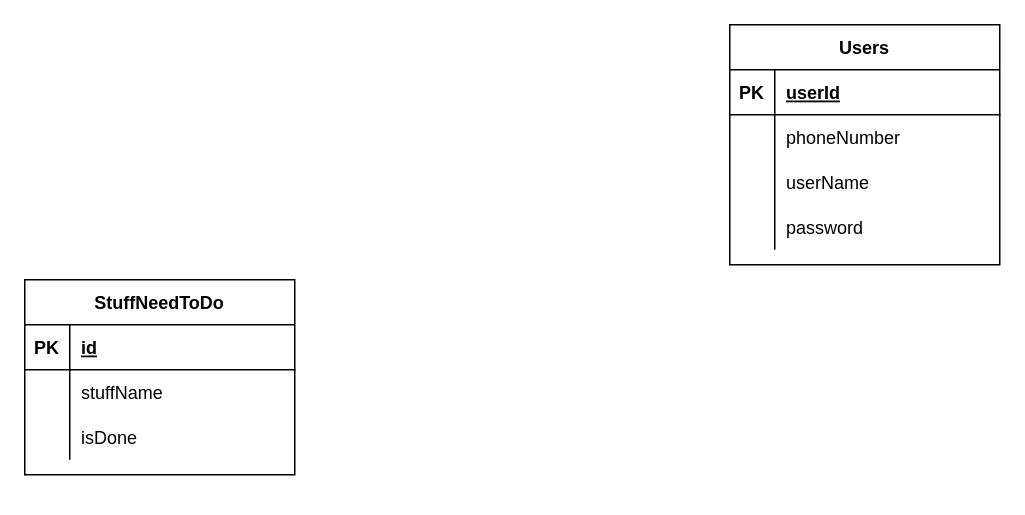
The draw.io diagram database/1.database-schema/database-schema.drawio in tcvduc/location-care, before the edit. Source tidied: cells renumbered, new cells numbered last; positions are measured from the earlier drawing's top-left corner, leaving out a move shared by most shapes. Both pictures are drawn from the tidied source at 150%, with x=0, y=0 at pixel (24, 24).
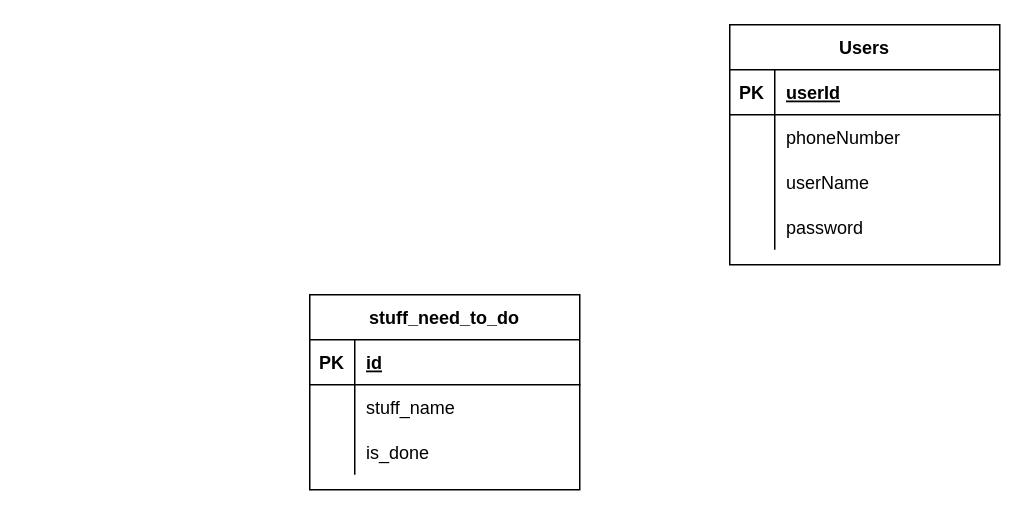
Above is the later version.

Unchanged cells that the change refers to:
```xml
<mxCell id="19" style="shape=tableRow;horizontal=0;startSize=0;swimlaneHead=0;swimlaneBody=0;fillColor=none;top=0;left=0;right=0;bottom=0;" parent="15" vertex="1">
  <mxGeometry y="60" width="180" height="30" as="geometry" />
</mxCell>
<mxCell id="22" style="shape=tableRow;horizontal=0;startSize=0;swimlaneHead=0;swimlaneBody=0;fillColor=none;top=0;left=0;right=0;bottom=0;" parent="15" vertex="1">
  <mxGeometry y="90" width="180" height="30" as="geometry" />
</mxCell>
```

The edit, as a diff of the source:
```diff
@@
-    <mxCell id="15" value="StuffNeedToDo" style="shape=table;startSize=30;childLayout=tableLayout;rowLines=0;fontStyle=1;align=center;" parent="1" vertex="1">
-      <mxGeometry y="170" width="180" height="130" as="geometry" />
+    <mxCell id="15" value="stuff_need_to_do" style="shape=table;startSize=30;childLayout=tableLayout;rowLines=0;fontStyle=1;align=center;" parent="1" vertex="1">
+      <mxGeometry x="190" y="180" width="180" height="130" as="geometry" />
     </mxCell>
@@
-    <mxCell id="21" value="stuffName" style="shape=partialRectangle;fillColor=none;top=0;left=0;bottom=0;right=0;align=left;spacingLeft=6;overflow=hidden;" parent="19" vertex="1">
+    <mxCell id="21" value="stuff_name" style="shape=partialRectangle;fillColor=none;top=0;left=0;bottom=0;right=0;align=left;spacingLeft=6;overflow=hidden;" parent="19" vertex="1">
       <mxGeometry x="30" width="150" height="30" as="geometry" />
     </mxCell>
@@
-    <mxCell id="24" value="isDone" style="shape=partialRectangle;fillColor=none;top=0;left=0;bottom=0;right=0;align=left;spacingLeft=6;overflow=hidden;" parent="22" vertex="1">
+    <mxCell id="24" value="is_done" style="shape=partialRectangle;fillColor=none;top=0;left=0;bottom=0;right=0;align=left;spacingLeft=6;overflow=hidden;" parent="22" vertex="1">
       <mxGeometry x="30" width="150" height="30" as="geometry" />
     </mxCell>
```
